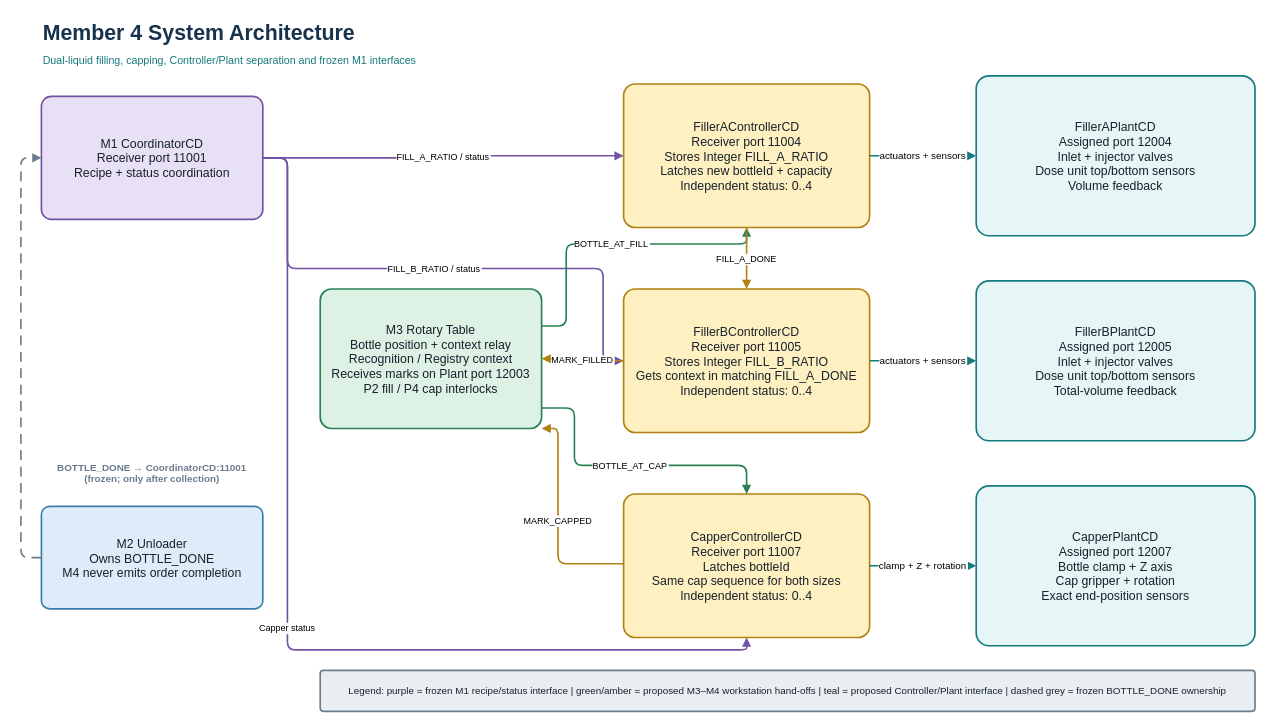
Before: page "1 M4 System Architecture" (1 of 7) of docs/COMPSYS704_M4_Diagrams.drawio in solomonyeUOA/COMPSYS704_Project1, a draw.io diagram. Source tidied: cells renumbered, new cells numbered last; positions are measured from the earlier drawing's top-left corner, leaving out a move shared by most shapes. Both pictures are drawn from the tidied source at 82%, with x=0, y=0 at pixel (20, 14).
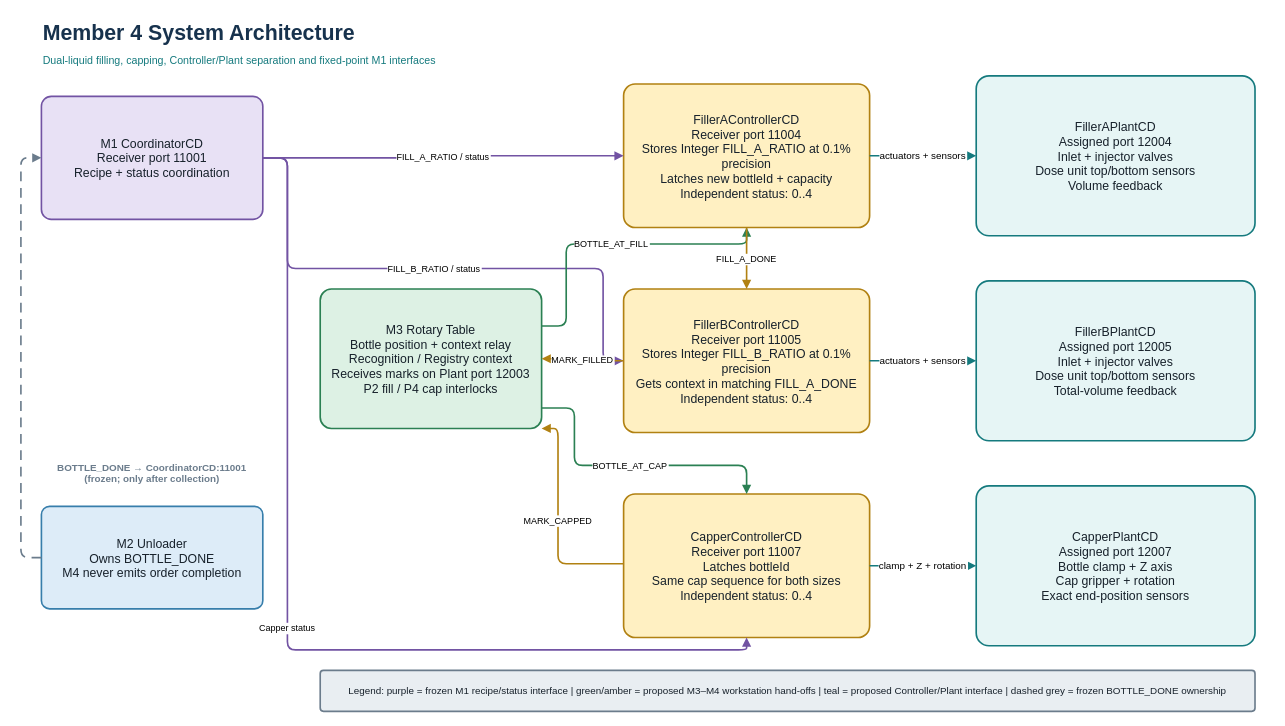
After the change.

Change to the diagram source:
```diff
@@
-    <mxCell id="3" value="Dual-liquid filling, capping, Controller/Plant separation and frozen M1 interfaces" style="text;html=0;strokeColor=none;fillColor=none;align=left;verticalAlign=middle;fontSize=13;fontColor=#157A7E;" parent="1" vertex="1">
+    <mxCell id="3" value="Dual-liquid filling, capping, Controller/Plant separation and fixed-point M1 interfaces" style="text;html=0;strokeColor=none;fillColor=none;align=left;verticalAlign=middle;fontSize=13;fontColor=#157A7E;" parent="1" vertex="1">
       <mxGeometry x="25" y="42" width="1500" height="28" as="geometry" />
     </mxCell>
@@
-    <mxCell id="7" value="FillerAControllerCD&#10;Receiver port 11004&#10;Stores Integer FILL_A_RATIO&#10;Latches new bottleId + capacity&#10;Independent status: 0..4" style="rounded=1;whiteSpace=wrap;html=0;fillColor=#FFF0C2;strokeColor=#B18112;strokeWidth=2;fontSize=15;fontColor=#17212B;align=center;verticalAlign=middle;arcSize=8;" parent="1" vertex="1">
+    <mxCell id="7" value="FillerAControllerCD&#10;Receiver port 11004&#10;Stores Integer FILL_A_RATIO at 0.1% precision&#10;Latches new bottleId + capacity&#10;Independent status: 0..4" style="rounded=1;whiteSpace=wrap;html=0;fillColor=#FFF0C2;strokeColor=#B18112;strokeWidth=2;fontSize=15;fontColor=#17212B;align=center;verticalAlign=middle;arcSize=8;" parent="1" vertex="1">
       <mxGeometry x="735" y="85" width="300" height="175" as="geometry" />
     </mxCell>
-    <mxCell id="8" value="FillerBControllerCD&#10;Receiver port 11005&#10;Stores Integer FILL_B_RATIO&#10;Gets context in matching FILL_A_DONE&#10;Independent status: 0..4" style="rounded=1;whiteSpace=wrap;html=0;fillColor=#FFF0C2;strokeColor=#B18112;strokeWidth=2;fontSize=15;fontColor=#17212B;align=center;verticalAlign=middle;arcSize=8;" parent="1" vertex="1">
+    <mxCell id="8" value="FillerBControllerCD&#10;Receiver port 11005&#10;Stores Integer FILL_B_RATIO at 0.1% precision&#10;Gets context in matching FILL_A_DONE&#10;Independent status: 0..4" style="rounded=1;whiteSpace=wrap;html=0;fillColor=#FFF0C2;strokeColor=#B18112;strokeWidth=2;fontSize=15;fontColor=#17212B;align=center;verticalAlign=middle;arcSize=8;" parent="1" vertex="1">
       <mxGeometry x="735" y="335" width="300" height="175" as="geometry" />
     </mxCell>
```
